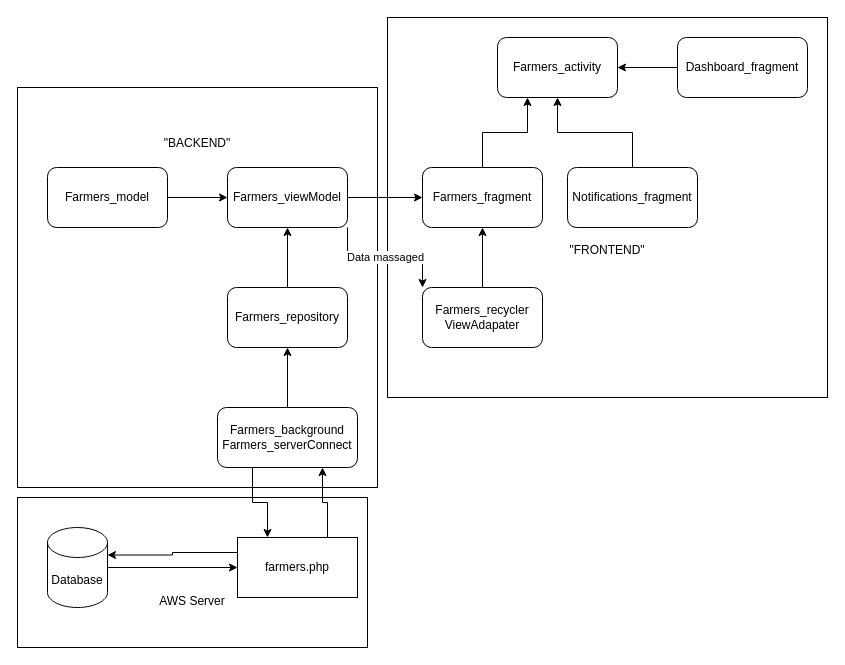
The draw.io diagram Untitled Diagram.drawio in BenBladow/rw_android_uml, before the edit. Source tidied: cells renumbered, new cells numbered last; positions are measured from the earlier drawing's top-left corner, leaving out a move shared by most shapes. Both pictures are drawn from the tidied source at 100%, with x=0, y=0 at pixel (17, 17).
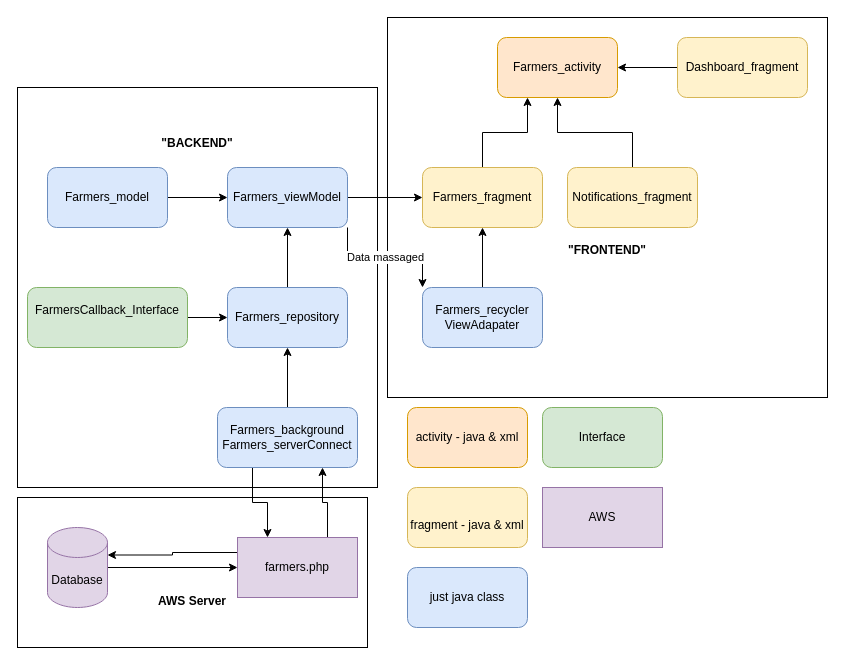
The same page after the edit.

The edit, as a diff of the source:
```diff
@@
-    <mxCell id="2" value="&lt;div&gt;&lt;br&gt;&lt;/div&gt;&lt;div&gt;&lt;br&gt;&lt;/div&gt;&lt;div&gt;&lt;br&gt;&lt;/div&gt;&lt;div&gt;&lt;br&gt;&lt;/div&gt;&lt;div&gt;&lt;br&gt;&lt;/div&gt;&lt;div&gt;&lt;br&gt;&lt;/div&gt;&lt;div&gt;&quot;FRONTEND&quot;&lt;br&gt;&lt;/div&gt;" style="rounded=0;whiteSpace=wrap;html=1;" parent="1" vertex="1">
+    <mxCell id="2" value="&lt;div&gt;&lt;br&gt;&lt;/div&gt;&lt;div&gt;&lt;br&gt;&lt;/div&gt;&lt;div&gt;&lt;br&gt;&lt;/div&gt;&lt;div&gt;&lt;br&gt;&lt;/div&gt;&lt;div&gt;&lt;br&gt;&lt;/div&gt;&lt;div&gt;&lt;br&gt;&lt;/div&gt;&lt;div&gt;&lt;b&gt;&quot;FRONTEND&quot;&lt;/b&gt;&lt;br&gt;&lt;/div&gt;" style="rounded=0;whiteSpace=wrap;html=1;" parent="1" vertex="1">
       <mxGeometry x="370" width="440" height="380" as="geometry" />
     </mxCell>
-    <mxCell id="3" value="&lt;div&gt;&quot;BACKEND&quot;&lt;br&gt;&lt;/div&gt;&lt;div&gt;&lt;br&gt;&lt;/div&gt;&lt;div&gt;&lt;br&gt;&lt;/div&gt;&lt;div&gt;&lt;br&gt;&lt;/div&gt;&lt;div&gt;&lt;br&gt;&lt;/div&gt;&lt;div&gt;&lt;br&gt;&lt;/div&gt;&lt;div&gt;&lt;br&gt;&lt;/div&gt;&lt;div&gt;&lt;br&gt;&lt;/div&gt;&lt;div&gt;&lt;br&gt;&lt;/div&gt;&lt;div&gt;&lt;br&gt;&lt;/div&gt;&lt;div&gt;&lt;br&gt;&lt;/div&gt;&lt;div&gt;&lt;br&gt;&lt;/div&gt;&lt;div&gt;&lt;br&gt;&lt;/div&gt;&lt;div&gt;&lt;br&gt;&lt;/div&gt;&lt;div&gt;&lt;br&gt;&lt;/div&gt;&lt;div&gt;&lt;br&gt;&lt;/div&gt;&lt;div&gt;&lt;br&gt;&lt;/div&gt;&lt;div&gt;&lt;br&gt;&lt;/div&gt;&lt;div&gt;&lt;br&gt;&lt;/div&gt;&lt;div&gt;&lt;br&gt;&lt;/div&gt;&lt;div&gt;&lt;br&gt;&lt;/div&gt;" style="rounded=0;whiteSpace=wrap;html=1;" parent="1" vertex="1">
+    <mxCell id="3" value="&lt;div&gt;&lt;b&gt;&quot;BACKEND&quot;&lt;br&gt;&lt;/b&gt;&lt;/div&gt;&lt;div&gt;&lt;b&gt;&lt;br&gt;&lt;/b&gt;&lt;/div&gt;&lt;div&gt;&lt;b&gt;&lt;br&gt;&lt;/b&gt;&lt;/div&gt;&lt;div&gt;&lt;b&gt;&lt;br&gt;&lt;/b&gt;&lt;/div&gt;&lt;div&gt;&lt;b&gt;&lt;br&gt;&lt;/b&gt;&lt;/div&gt;&lt;div&gt;&lt;b&gt;&lt;br&gt;&lt;/b&gt;&lt;/div&gt;&lt;div&gt;&lt;b&gt;&lt;br&gt;&lt;/b&gt;&lt;/div&gt;&lt;div&gt;&lt;b&gt;&lt;br&gt;&lt;/b&gt;&lt;/div&gt;&lt;div&gt;&lt;b&gt;&lt;br&gt;&lt;/b&gt;&lt;/div&gt;&lt;div&gt;&lt;b&gt;&lt;br&gt;&lt;/b&gt;&lt;/div&gt;&lt;div&gt;&lt;b&gt;&lt;br&gt;&lt;/b&gt;&lt;/div&gt;&lt;div&gt;&lt;b&gt;&lt;br&gt;&lt;/b&gt;&lt;/div&gt;&lt;div&gt;&lt;b&gt;&lt;br&gt;&lt;/b&gt;&lt;/div&gt;&lt;div&gt;&lt;b&gt;&lt;br&gt;&lt;/b&gt;&lt;/div&gt;&lt;div&gt;&lt;b&gt;&lt;br&gt;&lt;/b&gt;&lt;/div&gt;&lt;div&gt;&lt;b&gt;&lt;br&gt;&lt;/b&gt;&lt;/div&gt;&lt;div&gt;&lt;b&gt;&lt;br&gt;&lt;/b&gt;&lt;/div&gt;&lt;div&gt;&lt;b&gt;&lt;br&gt;&lt;/b&gt;&lt;/div&gt;&lt;div&gt;&lt;b&gt;&lt;br&gt;&lt;/b&gt;&lt;/div&gt;&lt;div&gt;&lt;b&gt;&lt;br&gt;&lt;/b&gt;&lt;/div&gt;&lt;div&gt;&lt;b&gt;&lt;br&gt;&lt;/b&gt;&lt;/div&gt;" style="rounded=0;whiteSpace=wrap;html=1;" parent="1" vertex="1">
       <mxGeometry y="70" width="360" height="400" as="geometry" />
     </mxCell>
-    <mxCell id="4" value="&lt;div&gt;&lt;br&gt;&lt;/div&gt;&lt;div&gt;&lt;br&gt;&lt;/div&gt;&lt;div&gt;&lt;br&gt;&lt;/div&gt;&lt;div&gt;&lt;br&gt;&lt;/div&gt;&lt;div&gt;AWS Server&lt;br&gt;&lt;/div&gt;" style="rounded=0;whiteSpace=wrap;html=1;" parent="1" vertex="1">
+    <mxCell id="4" value="&lt;div&gt;&lt;br&gt;&lt;/div&gt;&lt;div&gt;&lt;br&gt;&lt;/div&gt;&lt;div&gt;&lt;br&gt;&lt;/div&gt;&lt;div&gt;&lt;br&gt;&lt;/div&gt;&lt;div&gt;&lt;b&gt;AWS Server&lt;/b&gt;&lt;br&gt;&lt;/div&gt;" style="rounded=0;whiteSpace=wrap;html=1;" parent="1" vertex="1">
       <mxGeometry y="480" width="350" height="150" as="geometry" />
     </mxCell>
@@
-    <mxCell id="6" value="Farmers_model" style="rounded=1;whiteSpace=wrap;html=1;" parent="1" vertex="1">
+    <mxCell id="6" value="Farmers_model" style="rounded=1;whiteSpace=wrap;html=1;fillColor=#dae8fc;strokeColor=#6c8ebf;" parent="1" vertex="1">
       <mxGeometry x="30" y="150" width="120" height="60" as="geometry" />
     </mxCell>
-    <mxCell id="7" value="Farmers_activity" style="rounded=1;whiteSpace=wrap;html=1;" parent="1" vertex="1">
+    <mxCell id="7" value="Farmers_activity" style="rounded=1;whiteSpace=wrap;html=1;fillColor=#ffe6cc;strokeColor=#d79b00;" parent="1" vertex="1">
       <mxGeometry x="480" y="20" width="120" height="60" as="geometry" />
     </mxCell>
@@
-    <mxCell id="9" value="Farmers_fragment" style="rounded=1;whiteSpace=wrap;html=1;" parent="1" vertex="1">
+    <mxCell id="9" value="Farmers_fragment" style="rounded=1;whiteSpace=wrap;html=1;fillColor=#fff2cc;strokeColor=#d6b656;" parent="1" vertex="1">
       <mxGeometry x="405" y="150" width="120" height="60" as="geometry" />
     </mxCell>
@@
-    <mxCell id="12" value="Farmers_viewModel" style="rounded=1;whiteSpace=wrap;html=1;" parent="1" vertex="1">
+    <mxCell id="12" value="Farmers_viewModel" style="rounded=1;whiteSpace=wrap;html=1;fillColor=#dae8fc;strokeColor=#6c8ebf;" parent="1" vertex="1">
       <mxGeometry x="210" y="150" width="120" height="60" as="geometry" />
     </mxCell>
@@
-    <mxCell id="16" value="Farmers_recycler&lt;br&gt;ViewAdapater" style="rounded=1;whiteSpace=wrap;html=1;" parent="1" vertex="1">
+    <mxCell id="16" value="Farmers_recycler&lt;br&gt;ViewAdapater" style="rounded=1;whiteSpace=wrap;html=1;fillColor=#dae8fc;strokeColor=#6c8ebf;" parent="1" vertex="1">
       <mxGeometry x="405" y="270" width="120" height="60" as="geometry" />
     </mxCell>
-    <mxCell id="17" value="Farmers_repository" style="rounded=1;whiteSpace=wrap;html=1;" parent="1" vertex="1">
+    <mxCell id="17" value="Farmers_repository" style="rounded=1;whiteSpace=wrap;html=1;fillColor=#dae8fc;strokeColor=#6c8ebf;" parent="1" vertex="1">
       <mxGeometry x="210" y="270" width="120" height="60" as="geometry" />
     </mxCell>
@@
-    <mxCell id="19" value="&lt;div&gt;Farmers_background&lt;/div&gt;&lt;div&gt;Farmers_serverConnect&lt;br&gt;&lt;/div&gt;" style="rounded=1;whiteSpace=wrap;html=1;" parent="1" vertex="1">
+    <mxCell id="19" value="&lt;div&gt;Farmers_background&lt;/div&gt;&lt;div&gt;Farmers_serverConnect&lt;br&gt;&lt;/div&gt;" style="rounded=1;whiteSpace=wrap;html=1;fillColor=#dae8fc;strokeColor=#6c8ebf;" parent="1" vertex="1">
       <mxGeometry x="200" y="390" width="140" height="60" as="geometry" />
     </mxCell>
@@
-    <mxCell id="22" value="farmers.php" style="rounded=0;whiteSpace=wrap;html=1;" parent="1" vertex="1">
+    <mxCell id="22" value="farmers.php" style="rounded=0;whiteSpace=wrap;html=1;fillColor=#e1d5e7;strokeColor=#9673a6;" parent="1" vertex="1">
       <mxGeometry x="220" y="520" width="120" height="60" as="geometry" />
     </mxCell>
@@
-    <mxCell id="24" value="Database" style="shape=cylinder3;whiteSpace=wrap;html=1;boundedLbl=1;backgroundOutline=1;size=15;" parent="1" vertex="1">
+    <mxCell id="24" value="Database" style="shape=cylinder3;whiteSpace=wrap;html=1;boundedLbl=1;backgroundOutline=1;size=15;fillColor=#e1d5e7;strokeColor=#9673a6;" parent="1" vertex="1">
       <mxGeometry x="30" y="510" width="60" height="80" as="geometry" />
     </mxCell>
@@
-    <mxCell id="26" value="Notifications_fragment" style="rounded=1;whiteSpace=wrap;html=1;" parent="1" vertex="1">
+    <mxCell id="26" value="Notifications_fragment" style="rounded=1;whiteSpace=wrap;html=1;fillColor=#fff2cc;strokeColor=#d6b656;" parent="1" vertex="1">
       <mxGeometry x="550" y="150" width="130" height="60" as="geometry" />
     </mxCell>
@@
-    <mxCell id="28" value="Dashboard_fragment" style="rounded=1;whiteSpace=wrap;html=1;" parent="1" vertex="1">
+    <mxCell id="28" value="Dashboard_fragment" style="rounded=1;whiteSpace=wrap;html=1;fillColor=#fff2cc;strokeColor=#d6b656;" parent="1" vertex="1">
       <mxGeometry x="660" y="20" width="130" height="60" as="geometry" />
     </mxCell>
+    <mxCell id="29" style="edgeStyle=orthogonalEdgeStyle;rounded=0;jettySize=auto;html=1;exitX=1;exitY=0.5;exitDx=0;exitDy=0;entryX=0;entryY=0.5;entryDx=0;entryDy=0;" parent="1" edge="1" source="30" target="17">
+      <mxGeometry relative="1" as="geometry" />
+    </mxCell>
+    <mxCell id="30" value="&lt;div&gt;FarmersCallback_Interface&lt;/div&gt;&lt;div&gt;&lt;br&gt;&lt;/div&gt;" style="rounded=1;whiteSpace=wrap;html=1;fillColor=#d5e8d4;strokeColor=#82b366;" parent="1" vertex="1">
+      <mxGeometry x="10" y="270" width="160" height="60" as="geometry" />
+    </mxCell>
+    <mxCell id="31" value="activity - java &amp;amp; xml" style="rounded=1;whiteSpace=wrap;html=1;fillColor=#ffe6cc;strokeColor=#d79b00;" parent="1" vertex="1">
+      <mxGeometry x="390" y="390" width="120" height="60" as="geometry" />
+    </mxCell>
+    <mxCell id="32" value="&lt;br&gt;fragment - java &amp;amp; xml&lt;br&gt;" style="rounded=1;whiteSpace=wrap;html=1;fillColor=#fff2cc;strokeColor=#d6b656;" parent="1" vertex="1">
+      <mxGeometry x="390" y="470" width="120" height="60" as="geometry" />
+    </mxCell>
+    <mxCell id="33" value="just java class" style="rounded=1;whiteSpace=wrap;html=1;fillColor=#dae8fc;strokeColor=#6c8ebf;" parent="1" vertex="1">
+      <mxGeometry x="390" y="550" width="120" height="60" as="geometry" />
+    </mxCell>
+    <mxCell id="34" value="Interface" style="rounded=1;whiteSpace=wrap;html=1;fillColor=#d5e8d4;strokeColor=#82b366;" parent="1" vertex="1">
+      <mxGeometry x="525" y="390" width="120" height="60" as="geometry" />
+    </mxCell>
+    <mxCell id="35" value="AWS" style="rounded=0;whiteSpace=wrap;html=1;fillColor=#e1d5e7;strokeColor=#9673a6;" parent="1" vertex="1">
+      <mxGeometry x="525" y="470" width="120" height="60" as="geometry" />
+    </mxCell>
```
